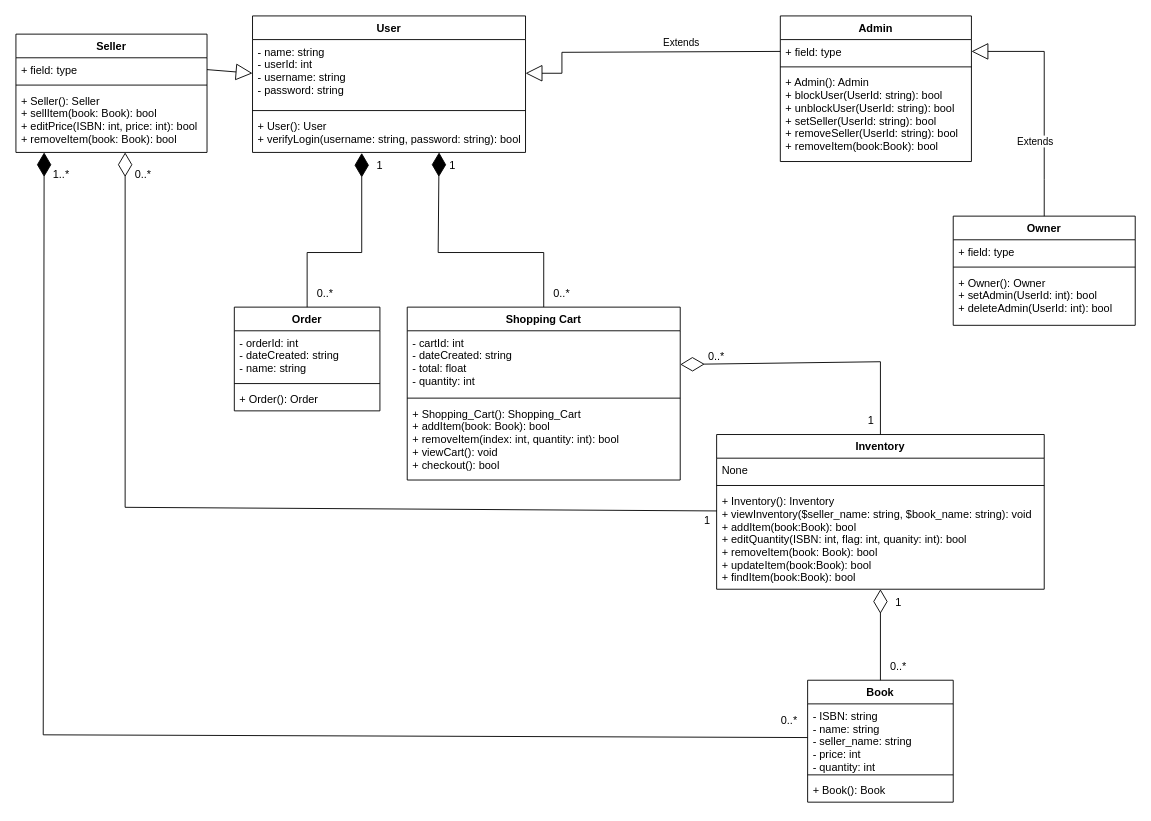
This is Class_Diagram.drawio from adl409/SE-project-Group-5, a draw.io file, before an edit. Source tidied: cells renumbered, new cells numbered last; positions are measured from the earlier drawing's top-left corner, leaving out a move shared by most shapes. Both pictures are drawn from the tidied source at 91%, with x=0, y=0 at pixel (15, 15).
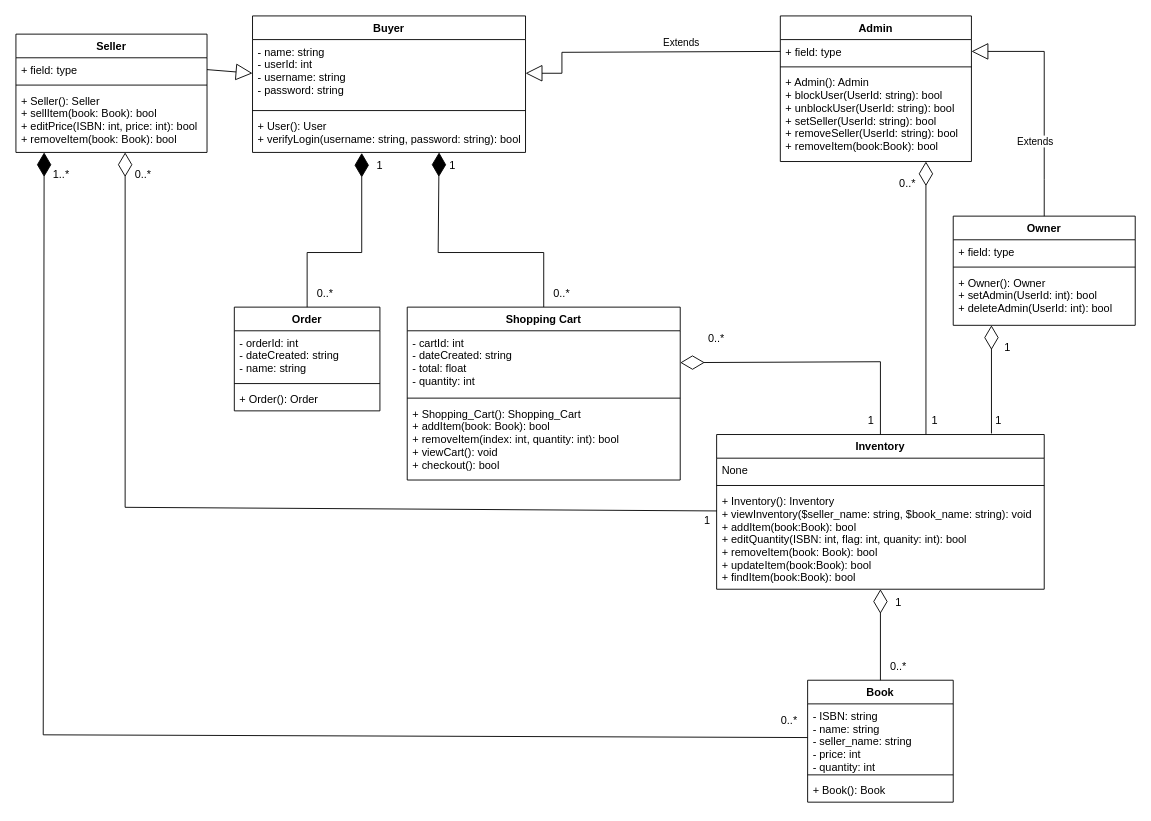
The same page after the edit.

Unchanged cells that the change refers to:
```xml
<mxCell id="18" value="Inventory&#10;" style="swimlane;fontStyle=1;align=center;verticalAlign=top;horizontal=1;startSize=26;" parent="1" vertex="1">
  <mxGeometry x="770" y="460" width="360" height="170" as="geometry" />
</mxCell>
<mxCell id="52" value="- cartId: int&#10;- dateCreated: string&#10;- total: float&#10;- quantity: int" style="text;strokeColor=none;fillColor=none;align=left;verticalAlign=top;spacingLeft=4;spacingRight=4;overflow=hidden;points=[[0,0.5],[1,0.5]];portConstraint=eastwest;" parent="51" vertex="1">
  <mxGeometry y="26" width="300" height="70" as="geometry" />
</mxCell>
```

Change to the diagram source:
```diff
@@
-    <mxCell id="2" value="User" style="swimlane;fontStyle=1;align=center;verticalAlign=top;horizontal=1;startSize=26;" parent="1" vertex="1">
+    <mxCell id="2" value="Buyer&#10;" style="swimlane;fontStyle=1;align=center;verticalAlign=top;horizontal=1;startSize=26;" parent="1" vertex="1">
       <mxGeometry x="260" width="300" height="150" as="geometry" />
     </mxCell>
@@
-    <mxCell id="35" style="endArrow=diamondThin;endFill=0;endSize=24;html=1;rounded=0;exitX=0.5;exitY=0;exitDx=0;exitDy=0;" parent="1" edge="1" source="18">
+    <mxCell id="35" style="endArrow=diamondThin;endFill=0;endSize=24;html=1;rounded=0;exitX=0.5;exitY=0;exitDx=0;exitDy=0;entryX=1;entryY=0.5;entryDx=0;entryDy=0;" parent="1" edge="1" source="18" target="52">
       <mxGeometry relative="1" as="geometry">
-        <mxPoint x="730" y="383" as="targetPoint" />
         <Array as="points">
           <mxPoint x="950" y="380" />
         </Array>
       </mxGeometry>
     </mxCell>
@@
     <mxCell id="37" value="0..*" style="text;strokeColor=none;align=center;fillColor=none;html=1;verticalAlign=middle;whiteSpace=wrap;rounded=0;" parent="1" vertex="1">
-      <mxGeometry x="740" y="360" width="60" height="30" as="geometry" />
+      <mxGeometry x="740" y="340" width="60" height="30" as="geometry" />
     </mxCell>
@@
+    <mxCell id="55" style="endArrow=diamondThin;endFill=0;endSize=24;html=1;rounded=0;exitX=0.639;exitY=-0.001;exitDx=0;exitDy=0;exitPerimeter=0;" parent="1" edge="1" source="18">
+      <mxGeometry relative="1" as="geometry">
+        <mxPoint x="1000" y="160" as="targetPoint" />
+      </mxGeometry>
+    </mxCell>
+    <mxCell id="56" value="1" style="text;strokeColor=none;align=center;fillColor=none;html=1;verticalAlign=middle;whiteSpace=wrap;rounded=0;" parent="1" vertex="1">
+      <mxGeometry x="980" y="430" width="60" height="30" as="geometry" />
+    </mxCell>
+    <mxCell id="57" value="0..*" style="text;strokeColor=none;align=center;fillColor=none;html=1;verticalAlign=middle;whiteSpace=wrap;rounded=0;" parent="1" vertex="1">
+      <mxGeometry x="950" y="170" width="60" height="30" as="geometry" />
+    </mxCell>
+    <mxCell id="58" value="1" style="text;strokeColor=none;align=center;fillColor=none;html=1;verticalAlign=middle;whiteSpace=wrap;rounded=0;" parent="1" vertex="1">
+      <mxGeometry x="1050" y="430" width="60" height="30" as="geometry" />
+    </mxCell>
+    <mxCell id="59" style="endArrow=diamondThin;endFill=0;endSize=24;html=1;rounded=0;exitX=0.839;exitY=-0.007;exitDx=0;exitDy=0;exitPerimeter=0;" parent="1" edge="1" source="18">
+      <mxGeometry relative="1" as="geometry">
+        <mxPoint x="1072" y="340" as="targetPoint" />
+      </mxGeometry>
+    </mxCell>
+    <mxCell id="60" value="1" style="text;strokeColor=none;align=center;fillColor=none;html=1;verticalAlign=middle;whiteSpace=wrap;rounded=0;" parent="1" vertex="1">
+      <mxGeometry x="1060" y="350" width="60" height="30" as="geometry" />
+    </mxCell>
```
